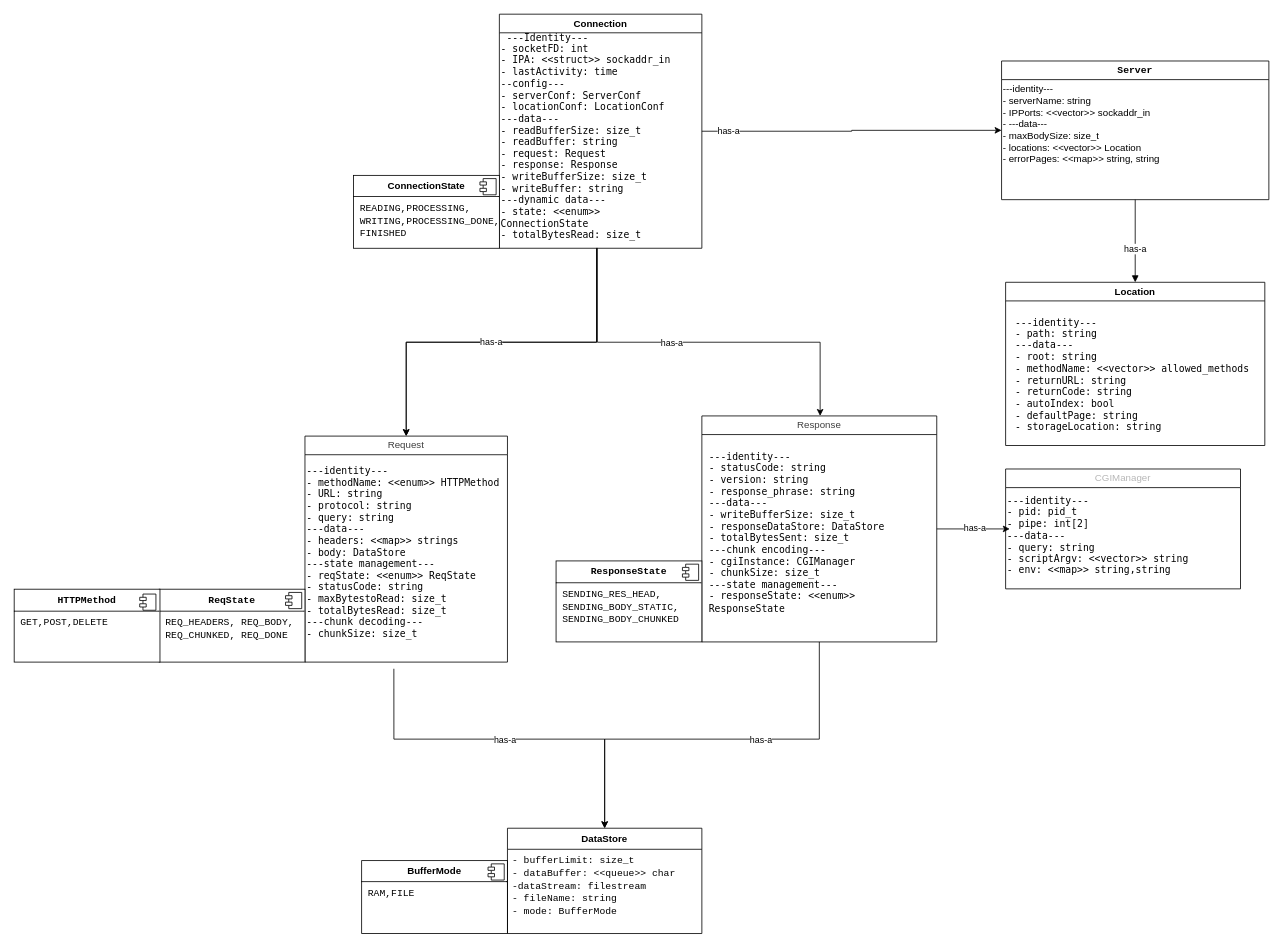
This is docs/Classes_UML.drawio from Andary22/LeftHookRoll, a draw.io file, before an edit. Source tidied: cells renumbered, new cells numbered last; positions are measured from the earlier drawing's top-left corner, leaving out a move shared by most shapes. Both pictures are drawn from the tidied source at 81%, with x=0, y=0 at pixel (14, 14).
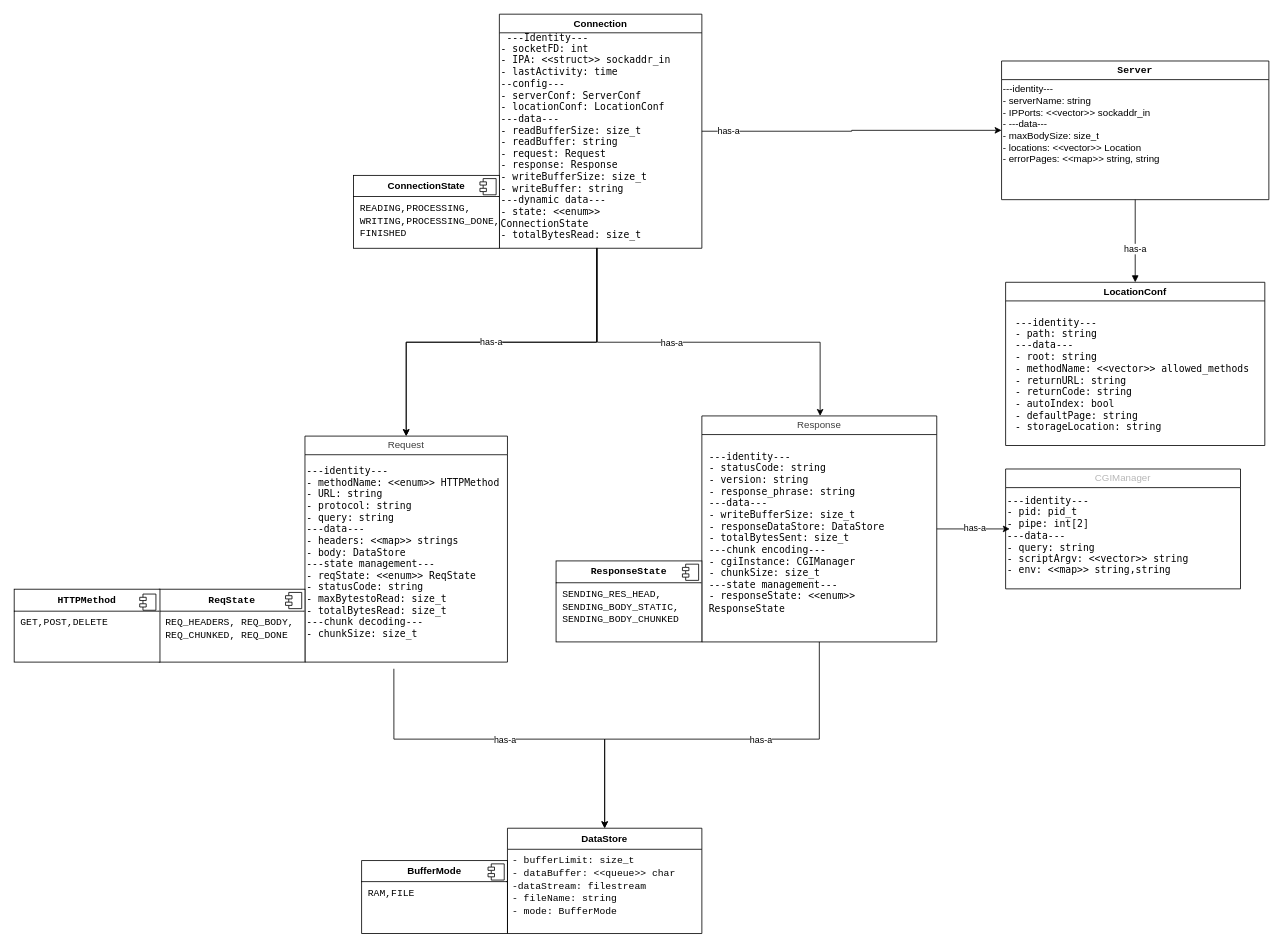
After the change.

What changed in the source:
```diff
@@
-    <mxCell id="8" value="Location" style="swimlane;whiteSpace=wrap;html=1;strokeWidth=1;" parent="1" vertex="1">
+    <mxCell id="8" value="LocationConf" style="swimlane;whiteSpace=wrap;html=1;strokeWidth=1;" parent="1" vertex="1">
       <mxGeometry x="1224" y="331" width="320" height="201.5" as="geometry" />
     </mxCell>
```
